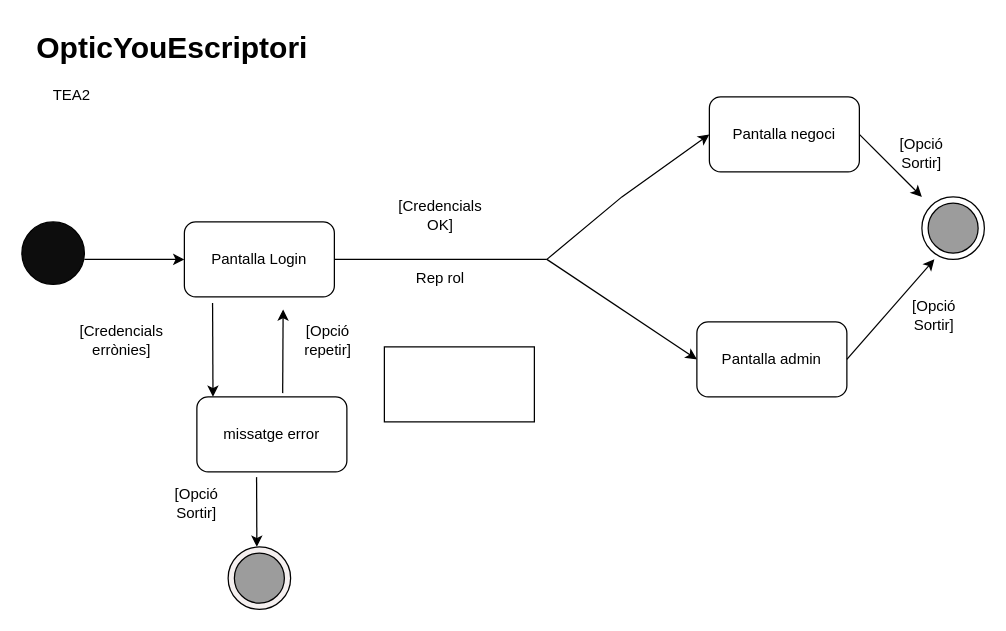
The draw.io diagram Untitled Diagram.drawio in ersmstr/OpticYouEscriptori, before the edit. Source tidied: cells renumbered, new cells numbered last; positions are measured from the earlier drawing's top-left corner, leaving out a move shared by most shapes. Both pictures are drawn from the tidied source at 125%, with x=0, y=0 at pixel (21, 21).
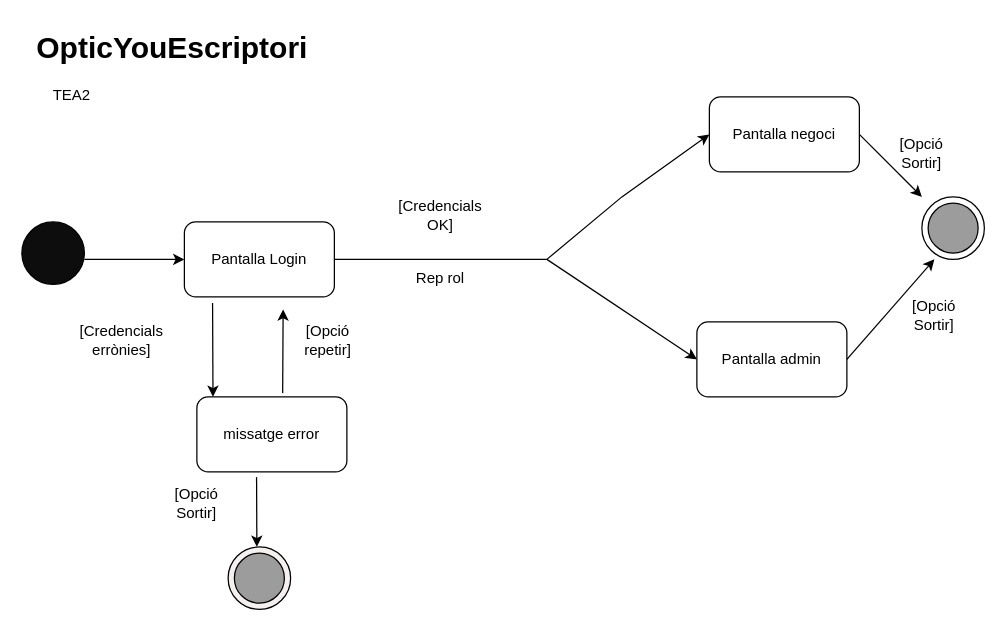
The same page after the edit.

Diff of the diagram source:
```diff
@@
-    <mxCell id="27" style="rounded=0;whiteSpace=wrap;html=1;" parent="1" vertex="1">
-      <mxGeometry x="290" y="260" width="120" height="60" as="geometry" />
-    </mxCell>
```
